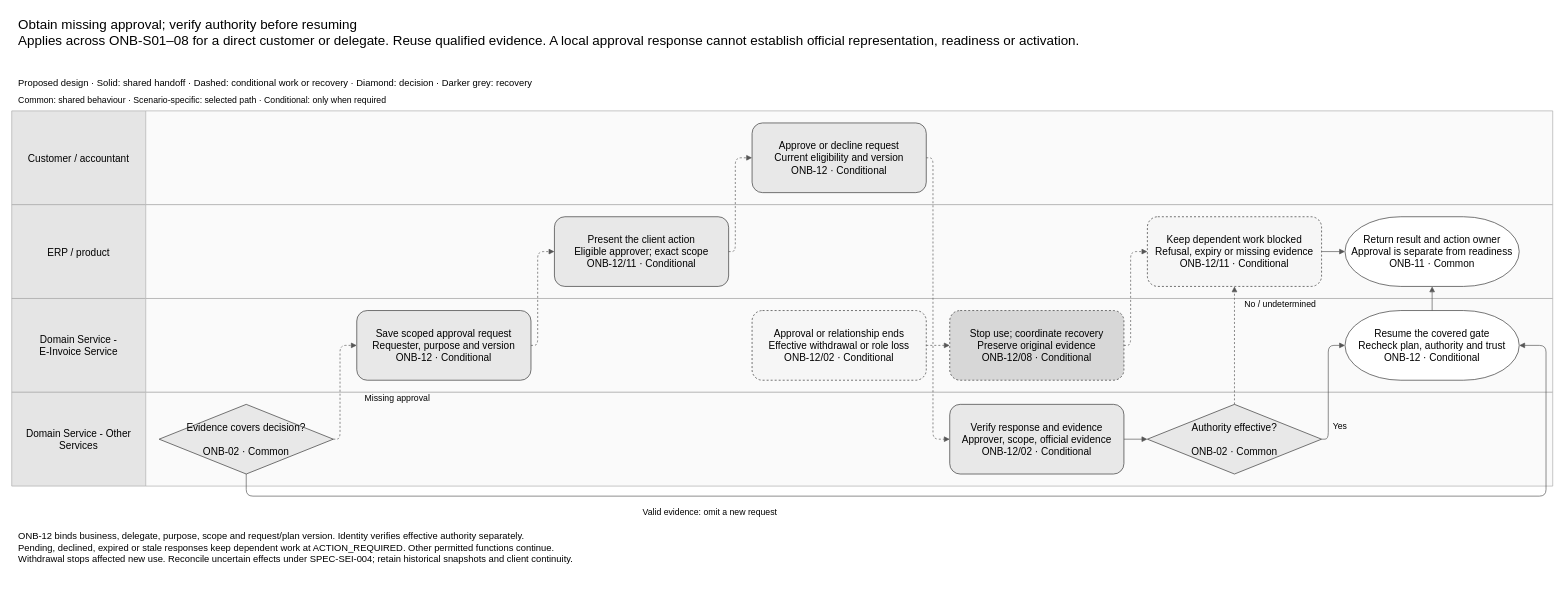
This is assets/diagrams/onboarding-client-approval-process.drawio from jiaxinhe0709/pm_second_brain, a draw.io file, before an edit. Source tidied: cells renumbered, new cells numbered last; positions are measured from the earlier drawing's top-left corner, leaving out a move shared by most shapes. Both pictures are drawn from the tidied source at 67%, with x=0, y=0 at pixel (11, 11).
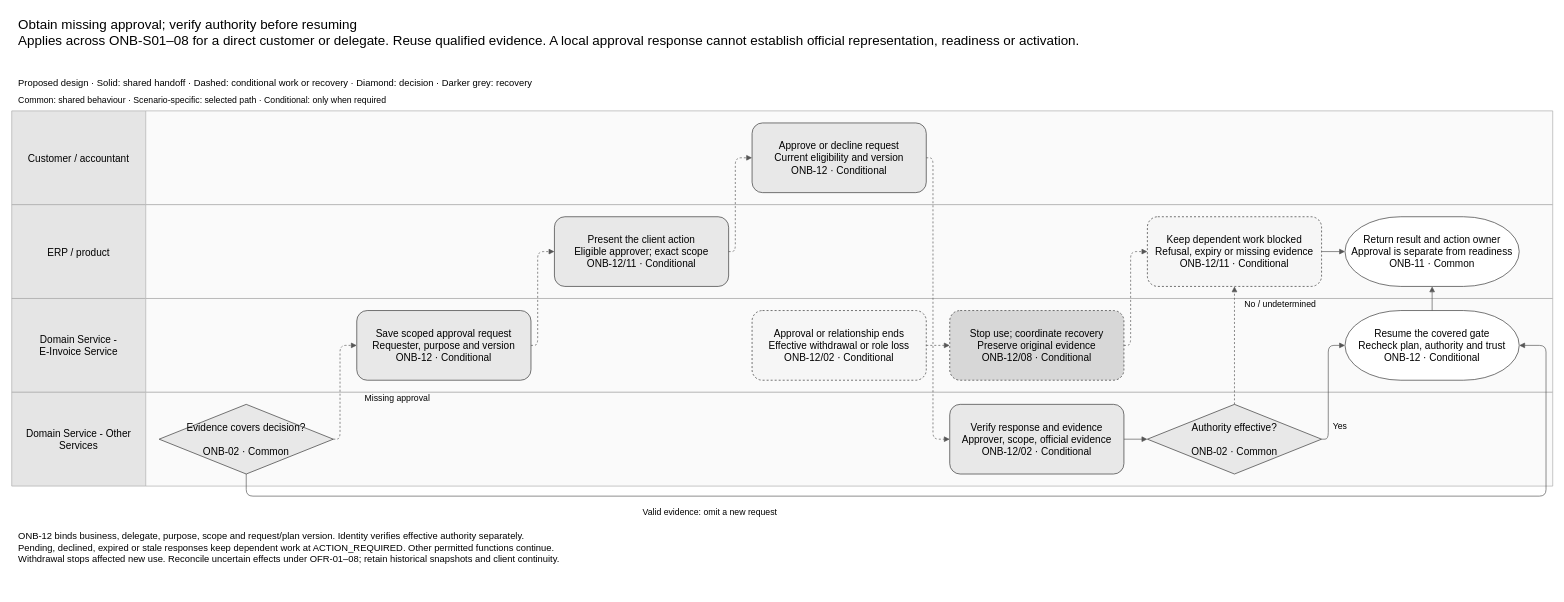
After the change.

The edit, as a diff of the source:
```diff
@@
-    <mxCell id="40" value="ONB-12 binds business, delegate, purpose, scope and request/plan version. Identity verifies effective authority separately.&#10;Pending, declined, expired or stale responses keep dependent work at ACTION_REQUIRED. Other permitted functions continue.&#10;Withdrawal stops affected new use. Reconcile uncertain effects under SPEC-SEI-004; retain historical snapshots and client continuity." style="text;html=0;align=left;fontSize=14;" parent="1" vertex="1">
+    <mxCell id="40" value="ONB-12 binds business, delegate, purpose, scope and request/plan version. Identity verifies effective authority separately.&#10;Pending, declined, expired or stale responses keep dependent work at ACTION_REQUIRED. Other permitted functions continue.&#10;Withdrawal stops affected new use. Reconcile uncertain effects under OFR-01–08; retain historical snapshots and client continuity." style="text;html=0;align=left;fontSize=14;" parent="1" vertex="1">
       <mxGeometry x="8" y="768" width="2284" height="96" as="geometry" />
     </mxCell>
```
